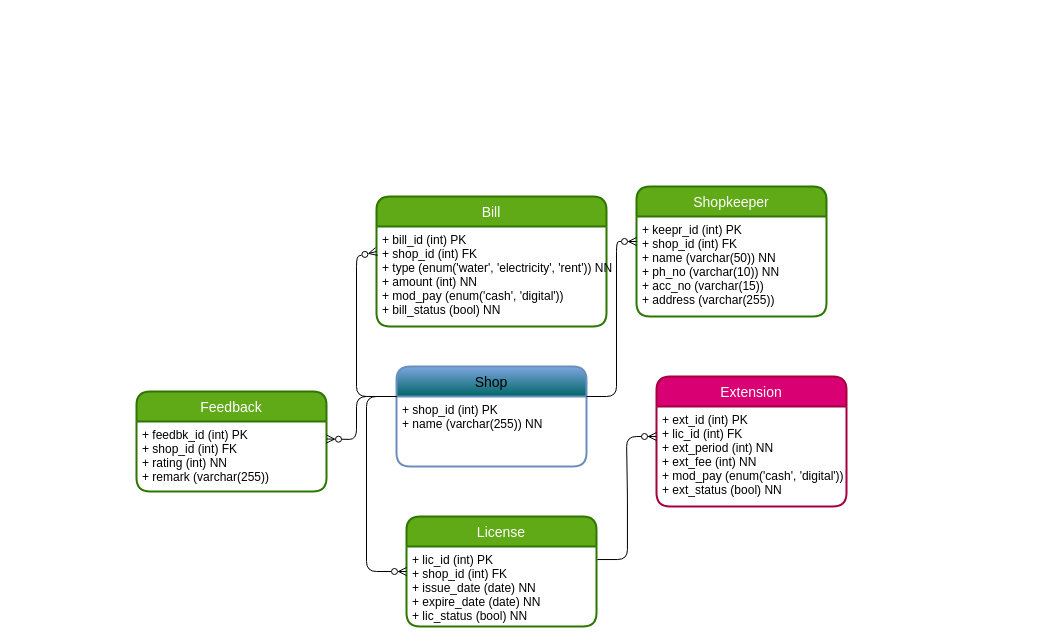
Before: page "Market Place" (2 of 2) of flowchat.drawio in RupakBiswas-2304/dbmsminiproject, a draw.io diagram. Source tidied: cells renumbered, new cells numbered last; positions are measured from the earlier drawing's top-left corner, leaving out a move shared by most shapes. Both pictures are drawn from the tidied source at 100%, with x=0, y=0 at pixel (136, 186).
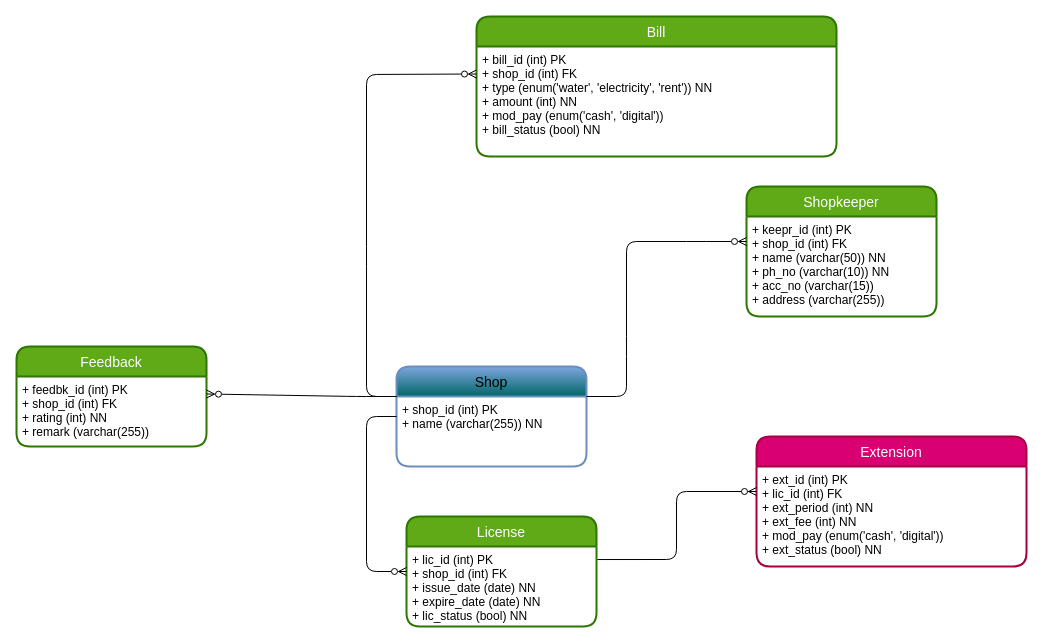
Above is the later version.

Unchanged cells that the change refers to:
```xml
<mxCell id="2" value="Shop" style="swimlane;horizontal=1;startSize=30;rounded=1;fontSize=14;fontStyle=0;strokeWidth=2;shadow=0;dashed=0;align=center;fontFamily=JetBrains Mono;fillColor=#006666;strokeColor=#6c8ebf;gradientColor=#7ea6e0;gradientDirection=north;" parent="1" vertex="1">
  <mxGeometry x="260" y="180" width="190" height="100" as="geometry" />
</mxCell>
<mxCell id="3" value="+ shop_id (int) PK&#10;+ name (varchar(255)) NN" style="align=left;strokeColor=none;fillColor=none;spacingLeft=4;fontSize=12;verticalAlign=top;fontFamily=JetBrains Mono;" parent="2" vertex="1">
  <mxGeometry y="30" width="190" height="70" as="geometry" />
</mxCell>
<mxCell id="5" value="+ keepr_id (int) PK&#10;+ shop_id (int) FK&#10;+ name (varchar(50)) NN&#10;+ ph_no (varchar(10)) NN&#10;+ acc_no (varchar(15))&#10;+ address (varchar(255))" style="align=left;strokeColor=none;fillColor=none;spacingLeft=4;fontSize=12;verticalAlign=top;fontFamily=JetBrains Mono;" parent="4" vertex="1">
  <mxGeometry y="30" width="190" height="100" as="geometry" />
</mxCell>
<mxCell id="6" value="License" style="swimlane;horizontal=1;startSize=30;rounded=1;fontSize=14;fontStyle=0;strokeWidth=2;shadow=0;dashed=0;align=center;fontFamily=JetBrains Mono;fillColor=#60a917;strokeColor=#2D7600;gradientDirection=north;fontColor=#ffffff;" parent="1" vertex="1">
  <mxGeometry x="270" y="330" width="190" height="110" as="geometry" />
</mxCell>
<mxCell id="7" value="+ lic_id (int) PK&#10;+ shop_id (int) FK&#10;+ issue_date (date) NN&#10;+ expire_date (date) NN&#10;+ lic_status (bool) NN" style="align=left;strokeColor=none;fillColor=none;spacingLeft=4;fontSize=12;verticalAlign=top;fontFamily=JetBrains Mono;" parent="6" vertex="1">
  <mxGeometry y="30" width="190" height="80" as="geometry" />
</mxCell>
<mxCell id="11" value="+ feedbk_id (int) PK&#10;+ shop_id (int) FK&#10;+ rating (int) NN&#10;+ remark (varchar(255)) " style="align=left;strokeColor=none;fillColor=none;spacingLeft=4;fontSize=12;verticalAlign=top;fontFamily=JetBrains Mono;" parent="10" vertex="1">
  <mxGeometry y="30" width="190" height="70" as="geometry" />
</mxCell>
```

The edit, as a diff of the source:
```diff
@@
     <mxCell id="4" value="Shopkeeper" style="swimlane;horizontal=1;startSize=30;rounded=1;fontSize=14;fontStyle=0;strokeWidth=2;shadow=0;dashed=0;align=center;fontFamily=JetBrains Mono;fillColor=#60a917;strokeColor=#2D7600;gradientDirection=north;fontColor=#ffffff;" parent="1" vertex="1">
-      <mxGeometry x="500" width="190" height="130" as="geometry" />
+      <mxGeometry x="610" width="190" height="130" as="geometry" />
     </mxCell>
@@
     <mxCell id="8" value="Extension" style="swimlane;horizontal=1;startSize=30;rounded=1;fontSize=14;fontStyle=0;strokeWidth=2;shadow=0;dashed=0;align=center;fontFamily=JetBrains Mono;fillColor=#d80073;strokeColor=#A50040;gradientDirection=north;fontColor=#ffffff;" parent="1" vertex="1">
-      <mxGeometry x="520" y="190" width="190" height="130" as="geometry" />
+      <mxGeometry x="620" y="250" width="270" height="130" as="geometry" />
     </mxCell>
     <mxCell id="9" value="+ ext_id (int) PK&#10;+ lic_id (int) FK&#10;+ ext_period (int) NN&#10;+ ext_fee (int) NN&#10;+ mod_pay (enum('cash', 'digital'))&#10;+ ext_status (bool) NN" style="align=left;strokeColor=none;fillColor=none;spacingLeft=4;fontSize=12;verticalAlign=top;fontFamily=JetBrains Mono;" parent="8" vertex="1">
-      <mxGeometry y="30" width="190" height="100" as="geometry" />
+      <mxGeometry y="30" width="270" height="100" as="geometry" />
     </mxCell>
     <mxCell id="10" value="Feedback" style="swimlane;horizontal=1;startSize=30;rounded=1;fontSize=14;fontStyle=0;strokeWidth=2;shadow=0;dashed=0;align=center;fontFamily=JetBrains Mono;fillColor=#60a917;strokeColor=#2D7600;gradientDirection=north;fontColor=#ffffff;" parent="1" vertex="1">
-      <mxGeometry y="205" width="190" height="100" as="geometry" />
+      <mxGeometry x="-120" y="160" width="190" height="100" as="geometry" />
     </mxCell>
+    <mxCell id="19" style="edgeStyle=none;html=1;" parent="10" edge="1" source="11" target="10">
+      <mxGeometry relative="1" as="geometry" />
+    </mxCell>
@@
     <mxCell id="12" value="Bill" style="swimlane;horizontal=1;startSize=30;rounded=1;fontSize=14;fontStyle=0;strokeWidth=2;shadow=0;dashed=0;align=center;fontFamily=JetBrains Mono;fillColor=#60a917;strokeColor=#2D7600;gradientDirection=north;fontColor=#ffffff;" parent="1" vertex="1">
-      <mxGeometry x="240" y="10" width="230" height="130" as="geometry" />
+      <mxGeometry x="340" y="-170" width="360" height="140" as="geometry" />
     </mxCell>
     <mxCell id="13" value="+ bill_id (int) PK&#10;+ shop_id (int) FK&#10;+ type (enum('water', 'electricity', 'rent')) NN&#10;+ amount (int) NN&#10;+ mod_pay (enum('cash', 'digital'))&#10;+ bill_status (bool) NN" style="align=left;strokeColor=none;fillColor=none;spacingLeft=4;fontSize=12;verticalAlign=top;fontFamily=JetBrains Mono;" parent="12" vertex="1">
-      <mxGeometry y="30" width="230" height="100" as="geometry" />
+      <mxGeometry y="30" width="360" height="110" as="geometry" />
     </mxCell>
-    <mxCell id="14" style="edgeStyle=entityRelationEdgeStyle;fontSize=12;html=1;endArrow=ERzeroToMany;endFill=1;fontFamily=JetBrains Mono;fontColor=#F0F0F0;entryX=0;entryY=0.75;entryDx=0;entryDy=0;exitX=1.005;exitY=0.163;exitDx=0;exitDy=0;exitPerimeter=0;" parent="1" edge="1" source="7">
-      <mxGeometry relative="1" as="geometry">
-        <mxPoint x="520" y="250" as="targetPoint" />
-      </mxGeometry>
+    <mxCell id="14" style="edgeStyle=orthogonalEdgeStyle;fontSize=12;html=1;endArrow=ERzeroToMany;endFill=1;fontFamily=JetBrains Mono;fontColor=#F0F0F0;entryX=0;entryY=0.25;entryDx=0;entryDy=0;exitX=1.005;exitY=0.163;exitDx=0;exitDy=0;exitPerimeter=0;" parent="1" edge="1" source="7" target="9">
+      <mxGeometry relative="1" as="geometry" />
     </mxCell>
     <mxCell id="15" style="edgeStyle=none;html=1;exitX=1;exitY=0;exitDx=0;exitDy=0;entryX=0;entryY=0.25;entryDx=0;entryDy=0;endArrow=ERzeroToMany;endFill=0;" parent="1" edge="1" source="3" target="5">
       <mxGeometry relative="1" as="geometry">
         <Array as="points">
-          <mxPoint x="480" y="210" />
-          <mxPoint x="480" y="55" />
+          <mxPoint x="490" y="210" />
+          <mxPoint x="490" y="160" />
+          <mxPoint x="490" y="55" />
+          <mxPoint x="560" y="55" />
         </Array>
       </mxGeometry>
     </mxCell>
     <mxCell id="16" style="edgeStyle=none;html=1;endArrow=ERzeroToMany;endFill=0;entryX=0;entryY=0.25;entryDx=0;entryDy=0;exitX=0;exitY=0;exitDx=0;exitDy=0;" parent="1" edge="1" source="3" target="13">
       <mxGeometry relative="1" as="geometry">
         <Array as="points">
-          <mxPoint x="220" y="210" />
-          <mxPoint x="220" y="70" />
+          <mxPoint x="230" y="210" />
+          <mxPoint x="230" y="70" />
+          <mxPoint x="230" y="-112" />
         </Array>
       </mxGeometry>
     </mxCell>
     <mxCell id="17" style="edgeStyle=none;html=1;exitX=0;exitY=0;exitDx=0;exitDy=0;entryX=1;entryY=0.25;entryDx=0;entryDy=0;endArrow=ERzeroToMany;endFill=0;" parent="1" edge="1" source="3" target="11">
       <mxGeometry relative="1" as="geometry">
         <Array as="points">
           <mxPoint x="220" y="210" />
-          <mxPoint x="220" y="253" />
         </Array>
       </mxGeometry>
     </mxCell>
-    <mxCell id="18" style="edgeStyle=none;html=1;exitX=0;exitY=0;exitDx=0;exitDy=0;endArrow=ERzeroToMany;endFill=0;entryX=0;entryY=0.5;entryDx=0;entryDy=0;" parent="1" edge="1" source="3" target="6">
+    <mxCell id="18" style="edgeStyle=none;html=1;endArrow=ERzeroToMany;endFill=0;entryX=0;entryY=0.5;entryDx=0;entryDy=0;exitX=0;exitY=0.5;exitDx=0;exitDy=0;" parent="1" edge="1" source="2" target="6">
       <mxGeometry relative="1" as="geometry">
         <Array as="points">
-          <mxPoint x="230" y="210" />
+          <mxPoint x="230" y="230" />
           <mxPoint x="230" y="385" />
         </Array>
       </mxGeometry>
     </mxCell>
```
